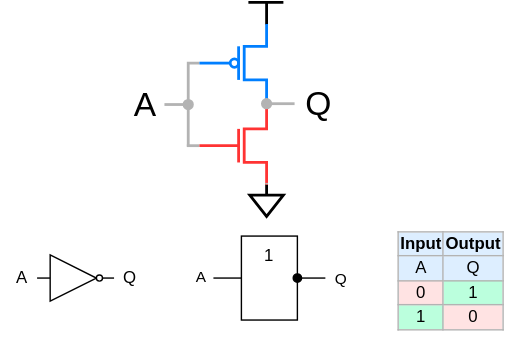
Before: .pic/Introduction/How FPGA works/fig_07.drawio.svg, a diagram exported from draw.io (MPSU/APS). Source tidied: cells renumbered, new cells last; positions are measured from the earlier drawing's top-left corner, leaving out a move shared by most shapes.
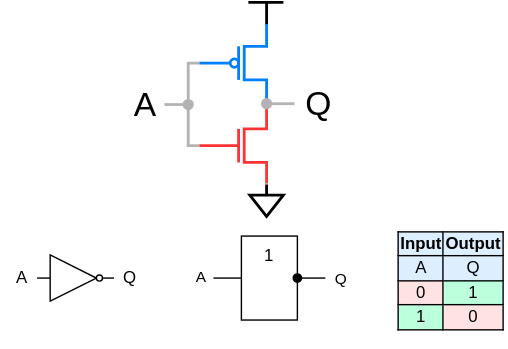
The same file after the commit.

Diff of the diagram source:
```diff
@@ -139,7 +139,7 @@
         <mxPoint x="14" y="1" as="offset" />
       </mxGeometry>
     </mxCell>
-    <mxCell id="26" value="&lt;table border=&quot;1&quot; class=&quot;wikitable&quot; style=&quot;float: right; border: 1px solid rgb(179, 179, 179); border-collapse: collapse;&quot;&gt;&lt;tbody&gt;&lt;tr style=&quot;background:#def; text-align:center;&quot;&gt;&lt;td&gt;&lt;b&gt;Input&lt;/b&gt;&lt;/td&gt;&lt;td&gt;&lt;b&gt;Output&lt;/b&gt;&lt;br&gt;&lt;/td&gt;&lt;/tr&gt;&lt;tr style=&quot;background:#def; text-align:center;&quot;&gt;&lt;td&gt;A&lt;/td&gt;&lt;td&gt;Q&lt;br&gt;&lt;/td&gt;&lt;/tr&gt;&lt;tr&gt;&lt;td style=&quot;background: #FFE3E3; color: black; vertical-align: middle; text-align: center;&quot; class=&quot;table-no2&quot;&gt;0&lt;/td&gt;&lt;td style=&quot;background:#bfd; color:black; vertical-align:middle; text-align:center;&quot; class=&quot;table-yes2&quot;&gt;1&lt;br&gt;&lt;/td&gt;&lt;/tr&gt;&lt;tr&gt;&lt;td style=&quot;background:#bfd; color:black; vertical-align:middle; text-align:center;&quot; class=&quot;table-yes2&quot;&gt;1&lt;/td&gt;&lt;td style=&quot;background: #FFE3E3; color: black; vertical-align: middle; text-align: center;&quot; class=&quot;table-no2&quot;&gt;0&lt;br&gt;&lt;/td&gt;&lt;/tr&gt;&lt;/tbody&gt;&lt;/table&gt;" style="text;whiteSpace=wrap;html=1;" parent="1" vertex="1">
+    <mxCell id="26" value="&lt;table border=&quot;1&quot; class=&quot;wikitable&quot; style=&quot;float: right; border: 1px solid rgb(0, 0, 0); border-collapse: collapse;&quot;&gt;&lt;tbody&gt;&lt;tr style=&quot;background:#def; text-align:center;&quot;&gt;&lt;td style=&quot;border: 1px solid rgb(0, 0, 0);&quot;&gt;&lt;b&gt;Input&lt;/b&gt;&lt;/td&gt;&lt;td style=&quot;border: 1px solid rgb(0, 0, 0);&quot;&gt;&lt;b&gt;Output&lt;/b&gt;&lt;br&gt;&lt;/td&gt;&lt;/tr&gt;&lt;tr style=&quot;background:#def; text-align:center;&quot;&gt;&lt;td style=&quot;border: 1px solid rgb(0, 0, 0);&quot;&gt;A&lt;/td&gt;&lt;td style=&quot;border: 1px solid rgb(0, 0, 0);&quot;&gt;Q&lt;br&gt;&lt;/td&gt;&lt;/tr&gt;&lt;tr&gt;&lt;td style=&quot;background: #FFE3E3; color: black; vertical-align: middle; text-align: center; border: 1px solid rgb(0, 0, 0);&quot; class=&quot;table-no2&quot;&gt;0&lt;/td&gt;&lt;td style=&quot;background:#bfd; color:black; vertical-align:middle; text-align:center; border: 1px solid rgb(0, 0, 0);&quot; class=&quot;table-yes2&quot;&gt;1&lt;br&gt;&lt;/td&gt;&lt;/tr&gt;&lt;tr&gt;&lt;td style=&quot;background:#bfd; color:black; vertical-align:middle; text-align:center; border: 1px solid rgb(0, 0, 0);&quot; class=&quot;table-yes2&quot;&gt;1&lt;/td&gt;&lt;td style=&quot;background: #FFE3E3; color: black; vertical-align: middle; text-align: center; border: 1px solid rgb(0, 0, 0);&quot; class=&quot;table-no2&quot;&gt;0&lt;br&gt;&lt;/td&gt;&lt;/tr&gt;&lt;/tbody&gt;&lt;/table&gt;" style="text;whiteSpace=wrap;html=1;" parent="1" vertex="1">
       <mxGeometry x="282" y="157" width="80" height="90" as="geometry" />
     </mxCell>
   </root>
```
